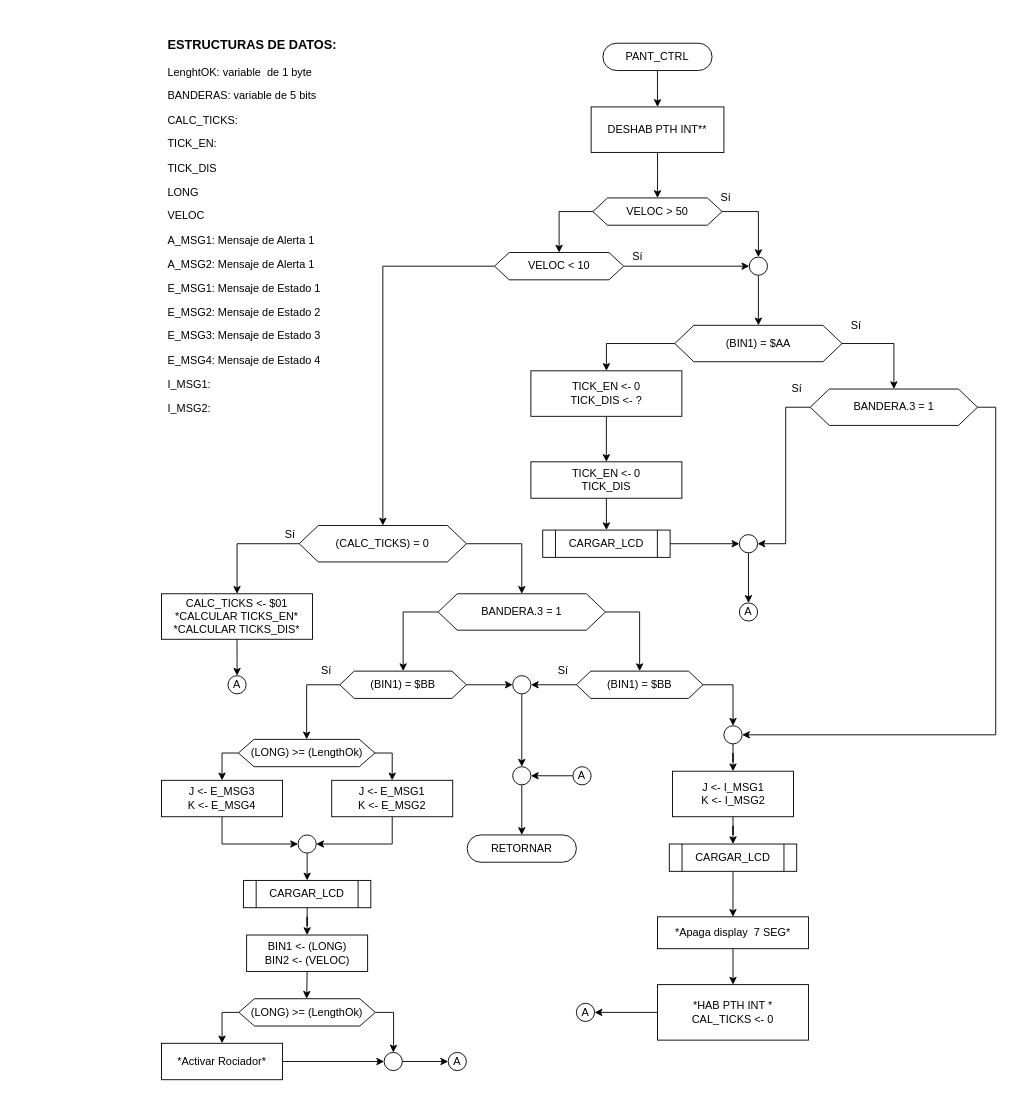
This is Proyecto/diagrams/PANT_CTRL.drawio from moisotico/Microprocesadores, a draw.io file, before an edit. Source tidied: cells renumbered, new cells numbered last; positions are measured from the earlier drawing's top-left corner, leaving out a move shared by most shapes. Both pictures are drawn from the tidied source at 91%, with x=0, y=0 at pixel (161, 15).
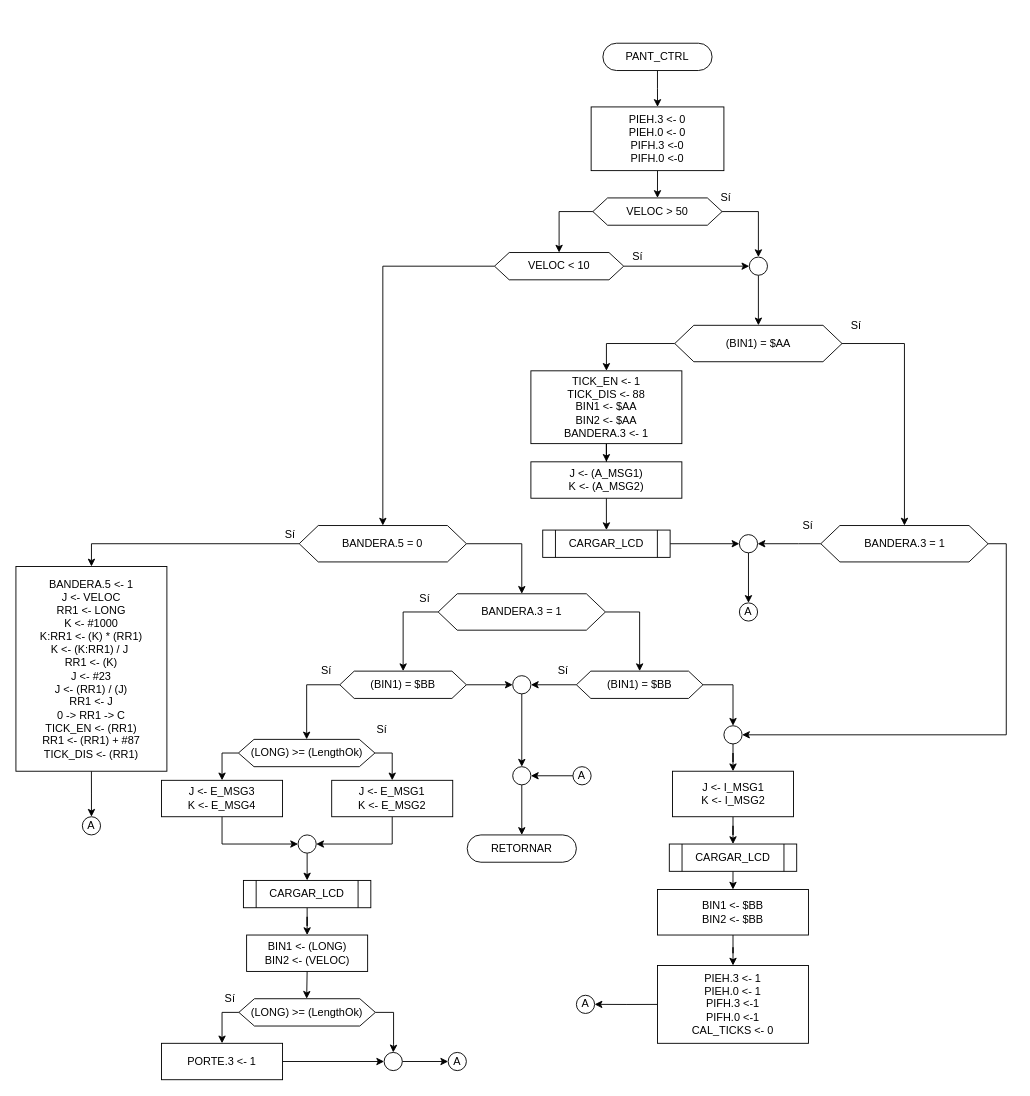
After the change.

Unchanged cells that the change refers to:
```xml
<mxCell id="30" style="ellipse;whiteSpace=wrap;html=1;" parent="1" vertex="1">
  <mxGeometry x="635" y="570" width="20" height="20" as="geometry" />
</mxCell>
```

Change to the diagram source:
```diff
@@
-    <mxCell id="5" value="TICK_EN &amp;lt;- 0&lt;br&gt;TICK_DIS &amp;lt;- ?" style="rounded=0;whiteSpace=wrap;html=1;" parent="1" vertex="1">
-      <mxGeometry x="405.9" y="390" width="165.9" height="50" as="geometry" />
+    <mxCell id="5" value="TICK_EN &amp;lt;- 1&lt;br&gt;TICK_DIS &amp;lt;- 88&lt;br&gt;BIN1 &amp;lt;- $AA&lt;br&gt;BIN2 &amp;lt;- $AA&lt;br&gt;BANDERA.3 &amp;lt;- 1" style="rounded=0;whiteSpace=wrap;html=1;" parent="1" vertex="1">
+      <mxGeometry x="405.9" y="390" width="165.9" height="80" as="geometry" />
     </mxCell>
@@
-    <mxCell id="7" value="TICK_EN &amp;lt;- 0&lt;br&gt;TICK_DIS" style="rounded=0;whiteSpace=wrap;html=1;" parent="1" vertex="1">
+    <mxCell id="7" value="J &amp;lt;- (A_MSG1)&lt;br&gt;K &amp;lt;- (A_MSG2)" style="rounded=0;whiteSpace=wrap;html=1;" parent="1" vertex="1">
       <mxGeometry x="405.9" y="490" width="165.9" height="40" as="geometry" />
     </mxCell>
@@
-    <mxCell id="9" value="DESHAB PTH INT**" style="rounded=0;whiteSpace=wrap;html=1;" parent="1" vertex="1">
-      <mxGeometry x="472.1" y="100" width="145.9" height="50" as="geometry" />
+    <mxCell id="9" value="PIEH.3 &amp;lt;- 0&lt;br&gt;PIEH.0 &amp;lt;- 0&lt;br&gt;PIFH.3 &amp;lt;-0&lt;br&gt;PIFH.0 &amp;lt;-0" style="rounded=0;whiteSpace=wrap;html=1;" parent="1" vertex="1">
+      <mxGeometry x="472.1" y="100" width="145.9" height="70" as="geometry" />
     </mxCell>
@@
     <mxCell id="22" style="edgeStyle=orthogonalEdgeStyle;rounded=0;jettySize=auto;html=1;exitX=0;exitY=0.5;exitDx=0;exitDy=0;entryX=1;entryY=0.5;entryDx=0;entryDy=0;" parent="1" edge="1" source="23" target="30">
       <mxGeometry relative="1" as="geometry">
         <Array as="points">
-          <mxPoint x="685.9" y="430" />
-          <mxPoint x="685.9" y="580" />
+          <mxPoint x="700" y="580" />
+          <mxPoint x="700" y="580" />
         </Array>
       </mxGeometry>
     </mxCell>
     <mxCell id="23" value="BANDERA.3 = 1" style="shape=hexagon;perimeter=hexagonPerimeter2;whiteSpace=wrap;html=1;size=0.11394117647058827;" parent="1" vertex="1">
-      <mxGeometry x="712.9" y="410" width="183.8" height="40" as="geometry" />
+      <mxGeometry x="724.5" y="560" width="183.8" height="40" as="geometry" />
     </mxCell>
@@
-    <mxCell id="26" value="&lt;h3 style=&quot;text-align: center&quot;&gt;ESTRUCTURAS DE DATOS:&lt;/h3&gt;&lt;p&gt;&lt;span&gt;LenghtOK: variable&amp;nbsp; de 1 byte&lt;/span&gt;&lt;/p&gt;&lt;p&gt;BANDERAS: variable de 5 bits&lt;/p&gt;&lt;p&gt;CALC_TICKS:&lt;/p&gt;&lt;p&gt;TICK_EN:&lt;/p&gt;&lt;p&gt;TICK_DIS&lt;/p&gt;&lt;p&gt;LONG&lt;/p&gt;&lt;p&gt;VELOC&lt;/p&gt;&lt;p&gt;A_MSG1: Mensaje de Alerta 1&lt;/p&gt;&lt;p&gt;A_MSG2: Mensaje de Alerta 1&lt;br&gt;&lt;/p&gt;&lt;p&gt;E_MSG1: Mensaje de Estado 1&lt;/p&gt;&lt;p&gt;E_MSG2: Mensaje de Estado 2&lt;br&gt;&lt;/p&gt;&lt;p&gt;&lt;/p&gt;&lt;p&gt;E_MSG3: Mensaje de Estado 3&lt;/p&gt;&lt;p&gt;E_MSG4: Mensaje de Estado 4&lt;/p&gt;&lt;p&gt;I_MSG1:&lt;/p&gt;&lt;p&gt;I_MSG2:&lt;/p&gt;&lt;p&gt;&lt;/p&gt;" style="text;html=1;strokeColor=none;fillColor=none;align=left;verticalAlign=middle;whiteSpace=wrap;rounded=0;" parent="1" vertex="1">
-      <mxGeometry x="4.5" width="240" height="460" as="geometry" />
-    </mxCell>
@@
     <mxCell id="33" value="Sí" style="text;html=1;align=center;verticalAlign=middle;" parent="1" vertex="1">
-      <mxGeometry x="682.9" y="400" width="30" height="20" as="geometry" />
+      <mxGeometry x="694.5" y="550" width="30" height="20" as="geometry" />
     </mxCell>
@@
-    <mxCell id="38" value="(CALC_TICKS) = 0" style="shape=hexagon;perimeter=hexagonPerimeter2;whiteSpace=wrap;html=1;size=0.11394117647058827;" parent="1" vertex="1">
+    <mxCell id="38" value="BANDERA.5 = 0" style="shape=hexagon;perimeter=hexagonPerimeter2;whiteSpace=wrap;html=1;size=0.11394117647058827;" parent="1" vertex="1">
       <mxGeometry x="151.3" y="560" width="183.8" height="40" as="geometry" />
     </mxCell>
@@
-    <mxCell id="40" value="&lt;span&gt;CALC_TICKS &amp;lt;- $01&lt;br&gt;*CALCULAR TICKS_EN*&lt;br&gt;*CALCULAR TICKS_DIS*&lt;br&gt;&lt;/span&gt;" style="rounded=0;whiteSpace=wrap;html=1;" parent="1" vertex="1">
-      <mxGeometry y="635" width="165.9" height="50" as="geometry" />
+    <mxCell id="40" value="&lt;span&gt;BANDERA.5 &amp;lt;- 1&lt;br&gt;&lt;/span&gt;J &amp;lt;- VELOC&lt;br&gt;RR1 &amp;lt;- LONG&lt;br&gt;K &amp;lt;- #1000&lt;br&gt;K:RR1 &amp;lt;- (K) * (RR1)&lt;br&gt;K &amp;lt;- (K:RR1) / J&lt;span&gt;&amp;nbsp;&lt;br&gt;&lt;/span&gt;RR1 &amp;lt;- (K)&lt;br&gt;&lt;span&gt;J &amp;lt;- #23&lt;br&gt;J &amp;lt;- (&lt;/span&gt;RR1) / (J)&lt;br&gt;&lt;span&gt;RR1 &amp;lt;- J&lt;br&gt;0 -&amp;gt; RR1 -&amp;gt; C&lt;br&gt;TICK_EN &amp;lt;- (RR1)&lt;br&gt;RR1 &amp;lt;- (RR1) + #87&lt;br&gt;TICK_DIS &amp;lt;- (RR1)&lt;br&gt;&lt;/span&gt;" style="rounded=0;whiteSpace=wrap;html=1;" parent="1" vertex="1">
+      <mxGeometry x="-160" y="605" width="165.9" height="225" as="geometry" />
     </mxCell>
@@
-    <mxCell id="60" value="*Apaga display&amp;nbsp; 7 SEG*" style="rounded=0;whiteSpace=wrap;html=1;" parent="1" vertex="1">
-      <mxGeometry x="545" y="990" width="165.9" height="35" as="geometry" />
+    <mxCell id="60" value="BIN1 &amp;lt;- $BB&lt;br&gt;BIN2 &amp;lt;- $BB" style="rounded=0;whiteSpace=wrap;html=1;" parent="1" vertex="1">
+      <mxGeometry x="545" y="960" width="165.9" height="50" as="geometry" />
     </mxCell>
@@
-    <mxCell id="62" value="*HAB PTH INT *&lt;br&gt;CAL_TICKS &amp;lt;- 0&lt;br&gt;" style="rounded=0;whiteSpace=wrap;html=1;" parent="1" vertex="1">
-      <mxGeometry x="545" y="1064.5" width="165.9" height="61" as="geometry" />
+    <mxCell id="62" value="PIEH.3 &amp;lt;- 1&lt;br&gt;PIEH.0 &amp;lt;- 1&lt;br&gt;PIFH.3 &amp;lt;-1&lt;br&gt;PIFH.0 &amp;lt;-1&lt;br&gt;CAL_TICKS &amp;lt;- 0" style="rounded=0;whiteSpace=wrap;html=1;" parent="1" vertex="1">
+      <mxGeometry x="545" y="1043.5" width="165.9" height="85.5" as="geometry" />
     </mxCell>
@@
-    <mxCell id="84" value="*Activar Rociador*" style="rounded=0;whiteSpace=wrap;html=1;" parent="1" vertex="1">
+    <mxCell id="84" value="PORTE.3 &amp;lt;- 1" style="rounded=0;whiteSpace=wrap;html=1;" parent="1" vertex="1">
       <mxGeometry y="1129" width="133" height="40" as="geometry" />
     </mxCell>
     <mxCell id="85" value="A" style="ellipse;whiteSpace=wrap;html=1;" parent="1" vertex="1">
-      <mxGeometry x="455.9" y="1085" width="20" height="20" as="geometry" />
+      <mxGeometry x="455.9" y="1076.2" width="20" height="20" as="geometry" />
     </mxCell>
@@
     <mxCell id="90" value="A" style="ellipse;whiteSpace=wrap;html=1;" parent="1" vertex="1">
-      <mxGeometry x="73" y="725" width="20" height="20" as="geometry" />
+      <mxGeometry x="-87" y="880" width="20" height="20" as="geometry" />
     </mxCell>
+    <mxCell id="91" value="Sí" style="text;html=1;align=center;verticalAlign=middle;" parent="1" vertex="1">
+      <mxGeometry x="274" y="630" width="30" height="20" as="geometry" />
+    </mxCell>
+    <mxCell id="92" value="Sí" style="text;html=1;align=center;verticalAlign=middle;" parent="1" vertex="1">
+      <mxGeometry x="60" y="1070" width="30" height="20" as="geometry" />
+    </mxCell>
+    <mxCell id="93" value="Sí" style="text;html=1;align=center;verticalAlign=middle;" parent="1" vertex="1">
+      <mxGeometry x="226.5" y="775" width="30" height="20" as="geometry" />
+    </mxCell>
```
